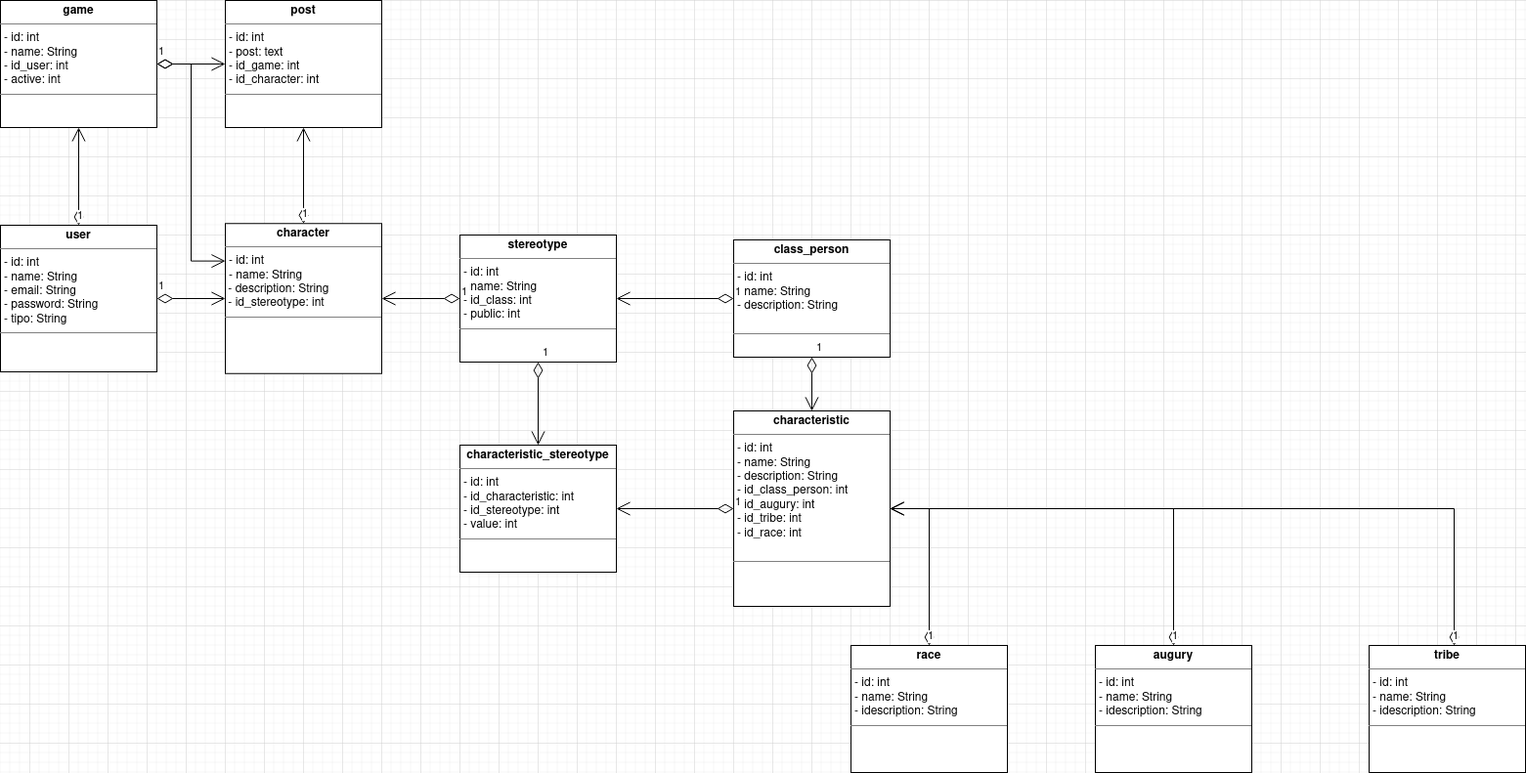
Earlier version of the draw.io export diagrama_de_classes.drawio.png (fabriciodiasoliveira/mundo-sombrio-rpg). Source tidied: cells renumbered, new cells last; positions are measured from the earlier drawing's top-left corner, leaving out a move shared by most shapes. The source it was exported from:
```xml
<mxGraphModel>
  <root>
    <mxCell id="0" />
    <mxCell id="1" parent="0" />
    <mxCell id="2" value="&lt;p style=&quot;margin:0px;margin-top:4px;text-align:center;&quot;&gt;&lt;b&gt;user&lt;/b&gt;&lt;/p&gt;&lt;hr size=&quot;1&quot;&gt;&lt;p style=&quot;margin:0px;margin-left:4px;&quot;&gt;- id: int&lt;/p&gt;&lt;p style=&quot;margin:0px;margin-left:4px;&quot;&gt;- name: String&lt;/p&gt;&lt;p style=&quot;margin:0px;margin-left:4px;&quot;&gt;- email: String&lt;/p&gt;&lt;p style=&quot;margin:0px;margin-left:4px;&quot;&gt;- password: String&lt;/p&gt;&lt;p style=&quot;margin:0px;margin-left:4px;&quot;&gt;- tipo: String&lt;br&gt;&lt;/p&gt;&lt;hr size=&quot;1&quot;&gt;&lt;p style=&quot;margin:0px;margin-left:4px;&quot;&gt;&lt;br&gt;&lt;/p&gt;" style="verticalAlign=top;align=left;overflow=fill;fontSize=12;fontFamily=Helvetica;html=1;" parent="1" vertex="1">
      <mxGeometry y="230" width="160" height="150" as="geometry" />
    </mxCell>
    <mxCell id="3" value="&lt;p style=&quot;margin:0px;margin-top:4px;text-align:center;&quot;&gt;&lt;b&gt;stereotype&lt;/b&gt;&lt;br&gt;&lt;/p&gt;&lt;hr size=&quot;1&quot;&gt;&lt;p style=&quot;margin:0px;margin-left:4px;&quot;&gt;- id: int&lt;/p&gt;&lt;p style=&quot;margin:0px;margin-left:4px;&quot;&gt;- name: String&lt;/p&gt;&lt;p style=&quot;margin:0px;margin-left:4px;&quot;&gt;- id_class: int&lt;/p&gt;&lt;p style=&quot;margin:0px;margin-left:4px;&quot;&gt;- public: int&lt;/p&gt;&lt;hr size=&quot;1&quot;&gt;&lt;p style=&quot;margin:0px;margin-left:4px;&quot;&gt;&lt;br&gt;&lt;/p&gt;" style="verticalAlign=top;align=left;overflow=fill;fontSize=12;fontFamily=Helvetica;html=1;" parent="1" vertex="1">
      <mxGeometry x="470" y="240" width="160" height="130" as="geometry" />
    </mxCell>
    <mxCell id="4" value="&lt;p style=&quot;margin:0px;margin-top:4px;text-align:center;&quot;&gt;&lt;b&gt;class_person&lt;/b&gt;&lt;/p&gt;&lt;hr size=&quot;1&quot;&gt;&lt;p style=&quot;margin:0px;margin-left:4px;&quot;&gt;- id: int&lt;/p&gt;&lt;p style=&quot;margin:0px;margin-left:4px;&quot;&gt;- name: String&lt;/p&gt;&lt;p style=&quot;margin:0px;margin-left:4px;&quot;&gt;- description: String&lt;/p&gt;&lt;br&gt;&lt;hr size=&quot;1&quot;&gt;&lt;p style=&quot;margin:0px;margin-left:4px;&quot;&gt;&lt;br&gt;&lt;/p&gt;" style="verticalAlign=top;align=left;overflow=fill;fontSize=12;fontFamily=Helvetica;html=1;" parent="1" vertex="1">
      <mxGeometry x="750" y="245" width="160" height="120" as="geometry" />
    </mxCell>
    <mxCell id="5" value="&lt;p style=&quot;margin:0px;margin-top:4px;text-align:center;&quot;&gt;&lt;b&gt;characteristic&lt;/b&gt;&lt;/p&gt;&lt;hr size=&quot;1&quot;&gt;&lt;p style=&quot;margin:0px;margin-left:4px;&quot;&gt;- id: int&lt;/p&gt;&lt;p style=&quot;margin:0px;margin-left:4px;&quot;&gt;- name: String&lt;/p&gt;&lt;p style=&quot;margin:0px;margin-left:4px;&quot;&gt;- description: String&lt;/p&gt;&lt;p style=&quot;margin:0px;margin-left:4px;&quot;&gt;- id_class_person: int&lt;/p&gt;&lt;p style=&quot;margin:0px;margin-left:4px;&quot;&gt;- id_augury: int&lt;/p&gt;&lt;p style=&quot;margin:0px;margin-left:4px;&quot;&gt;- id_tribe: int&lt;/p&gt;&lt;p style=&quot;margin:0px;margin-left:4px;&quot;&gt;- id_race: int&lt;/p&gt;&lt;br&gt;&lt;hr size=&quot;1&quot;&gt;&lt;p style=&quot;margin:0px;margin-left:4px;&quot;&gt;&lt;br&gt;&lt;/p&gt;" style="verticalAlign=top;align=left;overflow=fill;fontSize=12;fontFamily=Helvetica;html=1;" parent="1" vertex="1">
      <mxGeometry x="750" y="420" width="160" height="200" as="geometry" />
    </mxCell>
    <mxCell id="6" value="1" style="endArrow=open;html=1;endSize=12;startArrow=diamondThin;startSize=14;startFill=0;edgeStyle=orthogonalEdgeStyle;align=left;verticalAlign=bottom;rounded=0;entryX=1;entryY=0.5;entryDx=0;entryDy=0;exitX=0;exitY=0.5;exitDx=0;exitDy=0;" parent="1" edge="1" source="4" target="3">
      <mxGeometry x="-1" y="3" relative="1" as="geometry" />
    </mxCell>
    <mxCell id="7" value="&lt;p style=&quot;margin:0px;margin-top:4px;text-align:center;&quot;&gt;&lt;b&gt;characteristic_stereotype&lt;/b&gt;&lt;/p&gt;&lt;hr size=&quot;1&quot;&gt;&lt;p style=&quot;margin:0px;margin-left:4px;&quot;&gt;- id: int&lt;/p&gt;&lt;p style=&quot;margin:0px;margin-left:4px;&quot;&gt;- id_characteristic: int&lt;/p&gt;&lt;p style=&quot;margin:0px;margin-left:4px;&quot;&gt;- id_stereotype: int&lt;/p&gt;&lt;p style=&quot;margin:0px;margin-left:4px;&quot;&gt;- value: int&lt;br&gt;&lt;/p&gt;&lt;hr size=&quot;1&quot;&gt;&lt;p style=&quot;margin:0px;margin-left:4px;&quot;&gt;&lt;br&gt;&lt;/p&gt;" style="verticalAlign=top;align=left;overflow=fill;fontSize=12;fontFamily=Helvetica;html=1;" parent="1" vertex="1">
      <mxGeometry x="470" y="455" width="160" height="130" as="geometry" />
    </mxCell>
    <mxCell id="8" value="1" style="endArrow=open;html=1;endSize=12;startArrow=diamondThin;startSize=14;startFill=0;edgeStyle=orthogonalEdgeStyle;align=left;verticalAlign=bottom;rounded=0;entryX=0.5;entryY=0;entryDx=0;entryDy=0;exitX=0.5;exitY=1;exitDx=0;exitDy=0;" parent="1" edge="1" source="3" target="7">
      <mxGeometry x="-1" y="3" relative="1" as="geometry" />
    </mxCell>
    <mxCell id="9" value="1" style="endArrow=open;html=1;endSize=12;startArrow=diamondThin;startSize=14;startFill=0;edgeStyle=orthogonalEdgeStyle;align=left;verticalAlign=bottom;rounded=0;entryX=1;entryY=0.5;entryDx=0;entryDy=0;exitX=0;exitY=0.5;exitDx=0;exitDy=0;" parent="1" edge="1" source="5" target="7">
      <mxGeometry x="-1" y="3" relative="1" as="geometry" />
    </mxCell>
    <mxCell id="10" value="&lt;p style=&quot;margin:0px;margin-top:4px;text-align:center;&quot;&gt;&lt;b&gt;tribe&lt;/b&gt;&lt;/p&gt;&lt;hr size=&quot;1&quot;&gt;&lt;p style=&quot;margin:0px;margin-left:4px;&quot;&gt;- id: int&lt;/p&gt;&lt;p style=&quot;margin:0px;margin-left:4px;&quot;&gt;- name: String&lt;br&gt;&lt;/p&gt;&lt;p style=&quot;margin:0px;margin-left:4px;&quot;&gt;- idescription: String&lt;/p&gt;&lt;hr size=&quot;1&quot;&gt;&lt;p style=&quot;margin:0px;margin-left:4px;&quot;&gt;&lt;br&gt;&lt;/p&gt;" style="verticalAlign=top;align=left;overflow=fill;fontSize=12;fontFamily=Helvetica;html=1;" parent="1" vertex="1">
      <mxGeometry x="1400" y="660" width="160" height="130" as="geometry" />
    </mxCell>
    <mxCell id="11" value="&lt;p style=&quot;margin:0px;margin-top:4px;text-align:center;&quot;&gt;&lt;b&gt;augury&lt;/b&gt;&lt;br&gt;&lt;/p&gt;&lt;hr size=&quot;1&quot;&gt;&lt;p style=&quot;margin:0px;margin-left:4px;&quot;&gt;- id: int&lt;/p&gt;&lt;p style=&quot;margin:0px;margin-left:4px;&quot;&gt;- name: String&lt;br&gt;&lt;/p&gt;&lt;p style=&quot;margin:0px;margin-left:4px;&quot;&gt;- idescription: String&lt;/p&gt;&lt;hr size=&quot;1&quot;&gt;&lt;p style=&quot;margin:0px;margin-left:4px;&quot;&gt;&lt;br&gt;&lt;/p&gt;" style="verticalAlign=top;align=left;overflow=fill;fontSize=12;fontFamily=Helvetica;html=1;" parent="1" vertex="1">
      <mxGeometry x="1120" y="660" width="160" height="130" as="geometry" />
    </mxCell>
    <mxCell id="12" value="&lt;p style=&quot;margin:0px;margin-top:4px;text-align:center;&quot;&gt;&lt;b&gt;race&lt;/b&gt;&lt;br&gt;&lt;/p&gt;&lt;hr size=&quot;1&quot;&gt;&lt;p style=&quot;margin:0px;margin-left:4px;&quot;&gt;- id: int&lt;/p&gt;&lt;p style=&quot;margin:0px;margin-left:4px;&quot;&gt;- name: String&lt;br&gt;&lt;/p&gt;&lt;p style=&quot;margin:0px;margin-left:4px;&quot;&gt;- idescription: String&lt;/p&gt;&lt;hr size=&quot;1&quot;&gt;&lt;p style=&quot;margin:0px;margin-left:4px;&quot;&gt;&lt;br&gt;&lt;/p&gt;" style="verticalAlign=top;align=left;overflow=fill;fontSize=12;fontFamily=Helvetica;html=1;" parent="1" vertex="1">
      <mxGeometry x="870" y="660" width="160" height="130" as="geometry" />
    </mxCell>
    <mxCell id="13" value="1" style="endArrow=open;html=1;endSize=12;startArrow=diamondThin;startSize=14;startFill=0;edgeStyle=orthogonalEdgeStyle;align=left;verticalAlign=bottom;rounded=0;exitX=0.5;exitY=1;exitDx=0;exitDy=0;entryX=0.5;entryY=0;entryDx=0;entryDy=0;" parent="1" edge="1" source="4" target="5">
      <mxGeometry x="-1" y="3" relative="1" as="geometry" />
    </mxCell>
    <mxCell id="14" value="&lt;p style=&quot;margin:0px;margin-top:4px;text-align:center;&quot;&gt;&lt;b&gt;game&lt;/b&gt;&lt;/p&gt;&lt;hr size=&quot;1&quot;&gt;&lt;p style=&quot;margin:0px;margin-left:4px;&quot;&gt;- id: int&lt;/p&gt;&lt;p style=&quot;margin:0px;margin-left:4px;&quot;&gt;- name: String&lt;/p&gt;&lt;p style=&quot;margin:0px;margin-left:4px;&quot;&gt;- id_user: int&lt;/p&gt;&lt;p style=&quot;margin:0px;margin-left:4px;&quot;&gt;- active: int&lt;/p&gt;&lt;hr size=&quot;1&quot;&gt;&lt;p style=&quot;margin:0px;margin-left:4px;&quot;&gt;&lt;br&gt;&lt;/p&gt;" style="verticalAlign=top;align=left;overflow=fill;fontSize=12;fontFamily=Helvetica;html=1;" parent="1" vertex="1">
      <mxGeometry width="160" height="130" as="geometry" />
    </mxCell>
    <mxCell id="15" value="1" style="endArrow=open;html=1;endSize=12;startArrow=diamondThin;startSize=14;startFill=0;edgeStyle=orthogonalEdgeStyle;align=left;verticalAlign=bottom;rounded=0;entryX=0.5;entryY=1;entryDx=0;entryDy=0;exitX=0.5;exitY=0;exitDx=0;exitDy=0;" parent="1" edge="1" source="2" target="14">
      <mxGeometry x="-1" y="3" relative="1" as="geometry" />
    </mxCell>
    <mxCell id="16" value="&lt;p style=&quot;margin:0px;margin-top:4px;text-align:center;&quot;&gt;&lt;b&gt;post&lt;/b&gt;&lt;/p&gt;&lt;hr size=&quot;1&quot;&gt;&lt;p style=&quot;margin:0px;margin-left:4px;&quot;&gt;- id: int&lt;/p&gt;&lt;p style=&quot;margin:0px;margin-left:4px;&quot;&gt;- post: text&lt;br&gt;&lt;/p&gt;&lt;p style=&quot;margin:0px;margin-left:4px;&quot;&gt;- id_game: int&lt;/p&gt;&lt;p style=&quot;margin:0px;margin-left:4px;&quot;&gt;- id_character: int&lt;/p&gt;&lt;hr size=&quot;1&quot;&gt;&lt;p style=&quot;margin:0px;margin-left:4px;&quot;&gt;&lt;br&gt;&lt;/p&gt;" style="verticalAlign=top;align=left;overflow=fill;fontSize=12;fontFamily=Helvetica;html=1;" parent="1" vertex="1">
      <mxGeometry x="230" width="160" height="130" as="geometry" />
    </mxCell>
    <mxCell id="17" value="1" style="endArrow=open;html=1;endSize=12;startArrow=diamondThin;startSize=14;startFill=0;edgeStyle=orthogonalEdgeStyle;align=left;verticalAlign=bottom;rounded=0;entryX=0;entryY=0.5;entryDx=0;entryDy=0;exitX=1;exitY=0.5;exitDx=0;exitDy=0;" parent="1" edge="1" source="14" target="16">
      <mxGeometry x="-1" y="3" relative="1" as="geometry" />
    </mxCell>
    <mxCell id="18" value="1" style="endArrow=open;html=1;endSize=12;startArrow=diamondThin;startSize=14;startFill=0;edgeStyle=orthogonalEdgeStyle;align=left;verticalAlign=bottom;rounded=0;entryX=0.5;entryY=1;entryDx=0;entryDy=0;exitX=0.5;exitY=0;exitDx=0;exitDy=0;" parent="1" edge="1" source="22" target="16">
      <mxGeometry x="-1" y="3" relative="1" as="geometry" />
    </mxCell>
    <mxCell id="19" value="1" style="endArrow=open;html=1;endSize=12;startArrow=diamondThin;startSize=14;startFill=0;edgeStyle=orthogonalEdgeStyle;align=left;verticalAlign=bottom;rounded=0;entryX=1;entryY=0.5;entryDx=0;entryDy=0;exitX=0.5;exitY=0;exitDx=0;exitDy=0;" parent="1" edge="1" source="11" target="5">
      <mxGeometry x="-1" y="3" relative="1" as="geometry" />
    </mxCell>
    <mxCell id="20" value="1" style="endArrow=open;html=1;endSize=12;startArrow=diamondThin;startSize=14;startFill=0;edgeStyle=orthogonalEdgeStyle;align=left;verticalAlign=bottom;rounded=0;entryX=1;entryY=0.5;entryDx=0;entryDy=0;exitX=0.5;exitY=0;exitDx=0;exitDy=0;" parent="1" edge="1" source="12" target="5">
      <mxGeometry x="-1" y="3" relative="1" as="geometry" />
    </mxCell>
    <mxCell id="21" value="1" style="endArrow=open;html=1;endSize=12;startArrow=diamondThin;startSize=14;startFill=0;edgeStyle=orthogonalEdgeStyle;align=left;verticalAlign=bottom;rounded=0;entryX=1;entryY=0.5;entryDx=0;entryDy=0;exitX=0.544;exitY=0;exitDx=0;exitDy=0;exitPerimeter=0;" parent="1" edge="1" source="10" target="5">
      <mxGeometry x="-1" y="3" relative="1" as="geometry" />
    </mxCell>
    <mxCell id="22" value="&lt;p style=&quot;margin:0px;margin-top:4px;text-align:center;&quot;&gt;&lt;b&gt;character&lt;/b&gt;&lt;/p&gt;&lt;hr size=&quot;1&quot;&gt;&lt;p style=&quot;margin:0px;margin-left:4px;&quot;&gt;- id: int&lt;/p&gt;&lt;p style=&quot;margin:0px;margin-left:4px;&quot;&gt;- name: String&lt;/p&gt;&lt;div&gt;&amp;nbsp;- description: String&lt;/div&gt;&lt;div&gt;&amp;nbsp;- id_stereotype: int&lt;/div&gt;&lt;hr size=&quot;1&quot;&gt;&lt;p style=&quot;margin:0px;margin-left:4px;&quot;&gt;&lt;br&gt;&lt;/p&gt;" style="verticalAlign=top;align=left;overflow=fill;fontSize=12;fontFamily=Helvetica;html=1;" parent="1" vertex="1">
      <mxGeometry x="230" y="228.2" width="160" height="153.5" as="geometry" />
    </mxCell>
    <mxCell id="23" value="1" style="endArrow=open;html=1;endSize=12;startArrow=diamondThin;startSize=14;startFill=0;edgeStyle=orthogonalEdgeStyle;align=left;verticalAlign=bottom;rounded=0;entryX=0;entryY=0.5;entryDx=0;entryDy=0;" parent="1" edge="1" source="2" target="22">
      <mxGeometry x="-1" y="3" relative="1" as="geometry" />
    </mxCell>
    <mxCell id="24" value="1" style="endArrow=open;html=1;endSize=12;startArrow=diamondThin;startSize=14;startFill=0;edgeStyle=orthogonalEdgeStyle;align=left;verticalAlign=bottom;rounded=0;exitX=0;exitY=0.5;exitDx=0;exitDy=0;entryX=1;entryY=0.5;entryDx=0;entryDy=0;" parent="1" edge="1" source="3" target="22">
      <mxGeometry x="-1" y="3" relative="1" as="geometry" />
    </mxCell>
    <mxCell id="25" value="1" style="endArrow=open;html=1;endSize=12;startArrow=diamondThin;startSize=14;startFill=0;edgeStyle=orthogonalEdgeStyle;align=left;verticalAlign=bottom;rounded=0;entryX=0;entryY=0.25;entryDx=0;entryDy=0;" parent="1" edge="1" source="14" target="22">
      <mxGeometry x="-1" y="3" relative="1" as="geometry" />
    </mxCell>
  </root>
</mxGraphModel>
```
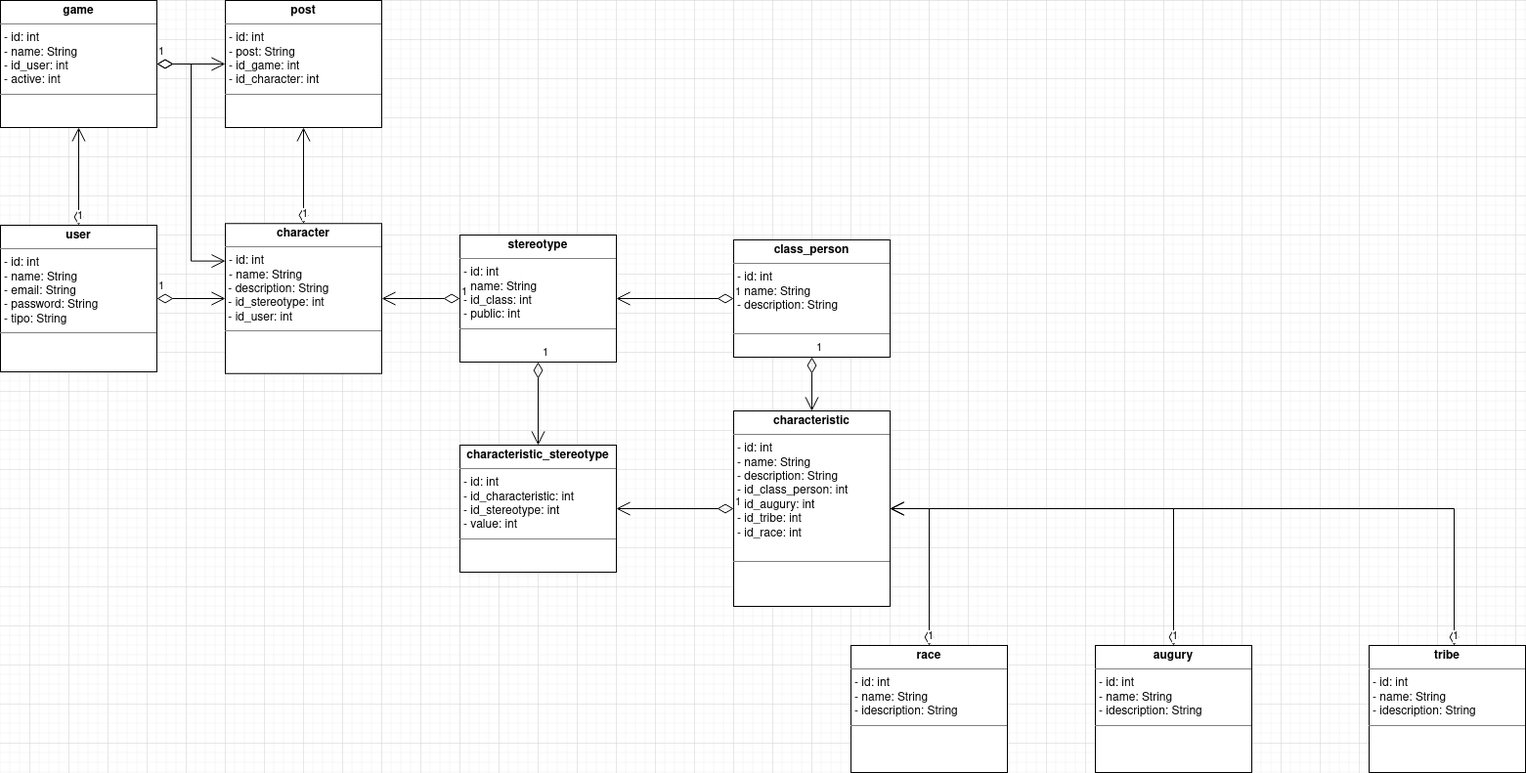
Later version of the same file.

Commit message:
#4: Correção do diagrama de classes

Diff of the diagram source:
```diff
@@ -44,7 +44,7 @@
     <mxCell id="15" value="1" style="endArrow=open;html=1;endSize=12;startArrow=diamondThin;startSize=14;startFill=0;edgeStyle=orthogonalEdgeStyle;align=left;verticalAlign=bottom;rounded=0;entryX=0.5;entryY=1;entryDx=0;entryDy=0;exitX=0.5;exitY=0;exitDx=0;exitDy=0;" parent="1" edge="1" source="2" target="14">
       <mxGeometry x="-1" y="3" relative="1" as="geometry" />
     </mxCell>
-    <mxCell id="16" value="&lt;p style=&quot;margin:0px;margin-top:4px;text-align:center;&quot;&gt;&lt;b&gt;post&lt;/b&gt;&lt;/p&gt;&lt;hr size=&quot;1&quot;&gt;&lt;p style=&quot;margin:0px;margin-left:4px;&quot;&gt;- id: int&lt;/p&gt;&lt;p style=&quot;margin:0px;margin-left:4px;&quot;&gt;- post: text&lt;br&gt;&lt;/p&gt;&lt;p style=&quot;margin:0px;margin-left:4px;&quot;&gt;- id_game: int&lt;/p&gt;&lt;p style=&quot;margin:0px;margin-left:4px;&quot;&gt;- id_character: int&lt;/p&gt;&lt;hr size=&quot;1&quot;&gt;&lt;p style=&quot;margin:0px;margin-left:4px;&quot;&gt;&lt;br&gt;&lt;/p&gt;" style="verticalAlign=top;align=left;overflow=fill;fontSize=12;fontFamily=Helvetica;html=1;" parent="1" vertex="1">
+    <mxCell id="16" value="&lt;p style=&quot;margin:0px;margin-top:4px;text-align:center;&quot;&gt;&lt;b&gt;post&lt;/b&gt;&lt;/p&gt;&lt;hr size=&quot;1&quot;&gt;&lt;p style=&quot;margin:0px;margin-left:4px;&quot;&gt;- id: int&lt;/p&gt;&lt;p style=&quot;margin:0px;margin-left:4px;&quot;&gt;- post: String&lt;/p&gt;&lt;p style=&quot;margin:0px;margin-left:4px;&quot;&gt;- id_game: int&lt;/p&gt;&lt;p style=&quot;margin:0px;margin-left:4px;&quot;&gt;- id_character: int&lt;/p&gt;&lt;hr size=&quot;1&quot;&gt;&lt;p style=&quot;margin:0px;margin-left:4px;&quot;&gt;&lt;br&gt;&lt;/p&gt;" style="verticalAlign=top;align=left;overflow=fill;fontSize=12;fontFamily=Helvetica;html=1;" parent="1" vertex="1">
       <mxGeometry x="230" width="160" height="130" as="geometry" />
     </mxCell>
     <mxCell id="17" value="1" style="endArrow=open;html=1;endSize=12;startArrow=diamondThin;startSize=14;startFill=0;edgeStyle=orthogonalEdgeStyle;align=left;verticalAlign=bottom;rounded=0;entryX=0;entryY=0.5;entryDx=0;entryDy=0;exitX=1;exitY=0.5;exitDx=0;exitDy=0;" parent="1" edge="1" source="14" target="16">
@@ -62,7 +62,7 @@
     <mxCell id="21" value="1" style="endArrow=open;html=1;endSize=12;startArrow=diamondThin;startSize=14;startFill=0;edgeStyle=orthogonalEdgeStyle;align=left;verticalAlign=bottom;rounded=0;entryX=1;entryY=0.5;entryDx=0;entryDy=0;exitX=0.544;exitY=0;exitDx=0;exitDy=0;exitPerimeter=0;" parent="1" edge="1" source="10" target="5">
       <mxGeometry x="-1" y="3" relative="1" as="geometry" />
     </mxCell>
-    <mxCell id="22" value="&lt;p style=&quot;margin:0px;margin-top:4px;text-align:center;&quot;&gt;&lt;b&gt;character&lt;/b&gt;&lt;/p&gt;&lt;hr size=&quot;1&quot;&gt;&lt;p style=&quot;margin:0px;margin-left:4px;&quot;&gt;- id: int&lt;/p&gt;&lt;p style=&quot;margin:0px;margin-left:4px;&quot;&gt;- name: String&lt;/p&gt;&lt;div&gt;&amp;nbsp;- description: String&lt;/div&gt;&lt;div&gt;&amp;nbsp;- id_stereotype: int&lt;/div&gt;&lt;hr size=&quot;1&quot;&gt;&lt;p style=&quot;margin:0px;margin-left:4px;&quot;&gt;&lt;br&gt;&lt;/p&gt;" style="verticalAlign=top;align=left;overflow=fill;fontSize=12;fontFamily=Helvetica;html=1;" parent="1" vertex="1">
+    <mxCell id="22" value="&lt;p style=&quot;margin:0px;margin-top:4px;text-align:center;&quot;&gt;&lt;b&gt;character&lt;/b&gt;&lt;/p&gt;&lt;hr size=&quot;1&quot;&gt;&lt;p style=&quot;margin:0px;margin-left:4px;&quot;&gt;- id: int&lt;/p&gt;&lt;p style=&quot;margin:0px;margin-left:4px;&quot;&gt;- name: String&lt;/p&gt;&lt;div&gt;&amp;nbsp;- description: String&lt;/div&gt;&lt;div&gt;&amp;nbsp;- id_stereotype: int&lt;/div&gt;&lt;div&gt;&amp;nbsp;- id_user: int&lt;/div&gt;&lt;hr size=&quot;1&quot;&gt;&lt;p style=&quot;margin:0px;margin-left:4px;&quot;&gt;&lt;br&gt;&lt;/p&gt;" style="verticalAlign=top;align=left;overflow=fill;fontSize=12;fontFamily=Helvetica;html=1;" parent="1" vertex="1">
       <mxGeometry x="230" y="228.2" width="160" height="153.5" as="geometry" />
     </mxCell>
     <mxCell id="23" value="1" style="endArrow=open;html=1;endSize=12;startArrow=diamondThin;startSize=14;startFill=0;edgeStyle=orthogonalEdgeStyle;align=left;verticalAlign=bottom;rounded=0;entryX=0;entryY=0.5;entryDx=0;entryDy=0;" parent="1" edge="1" source="2" target="22">
```
